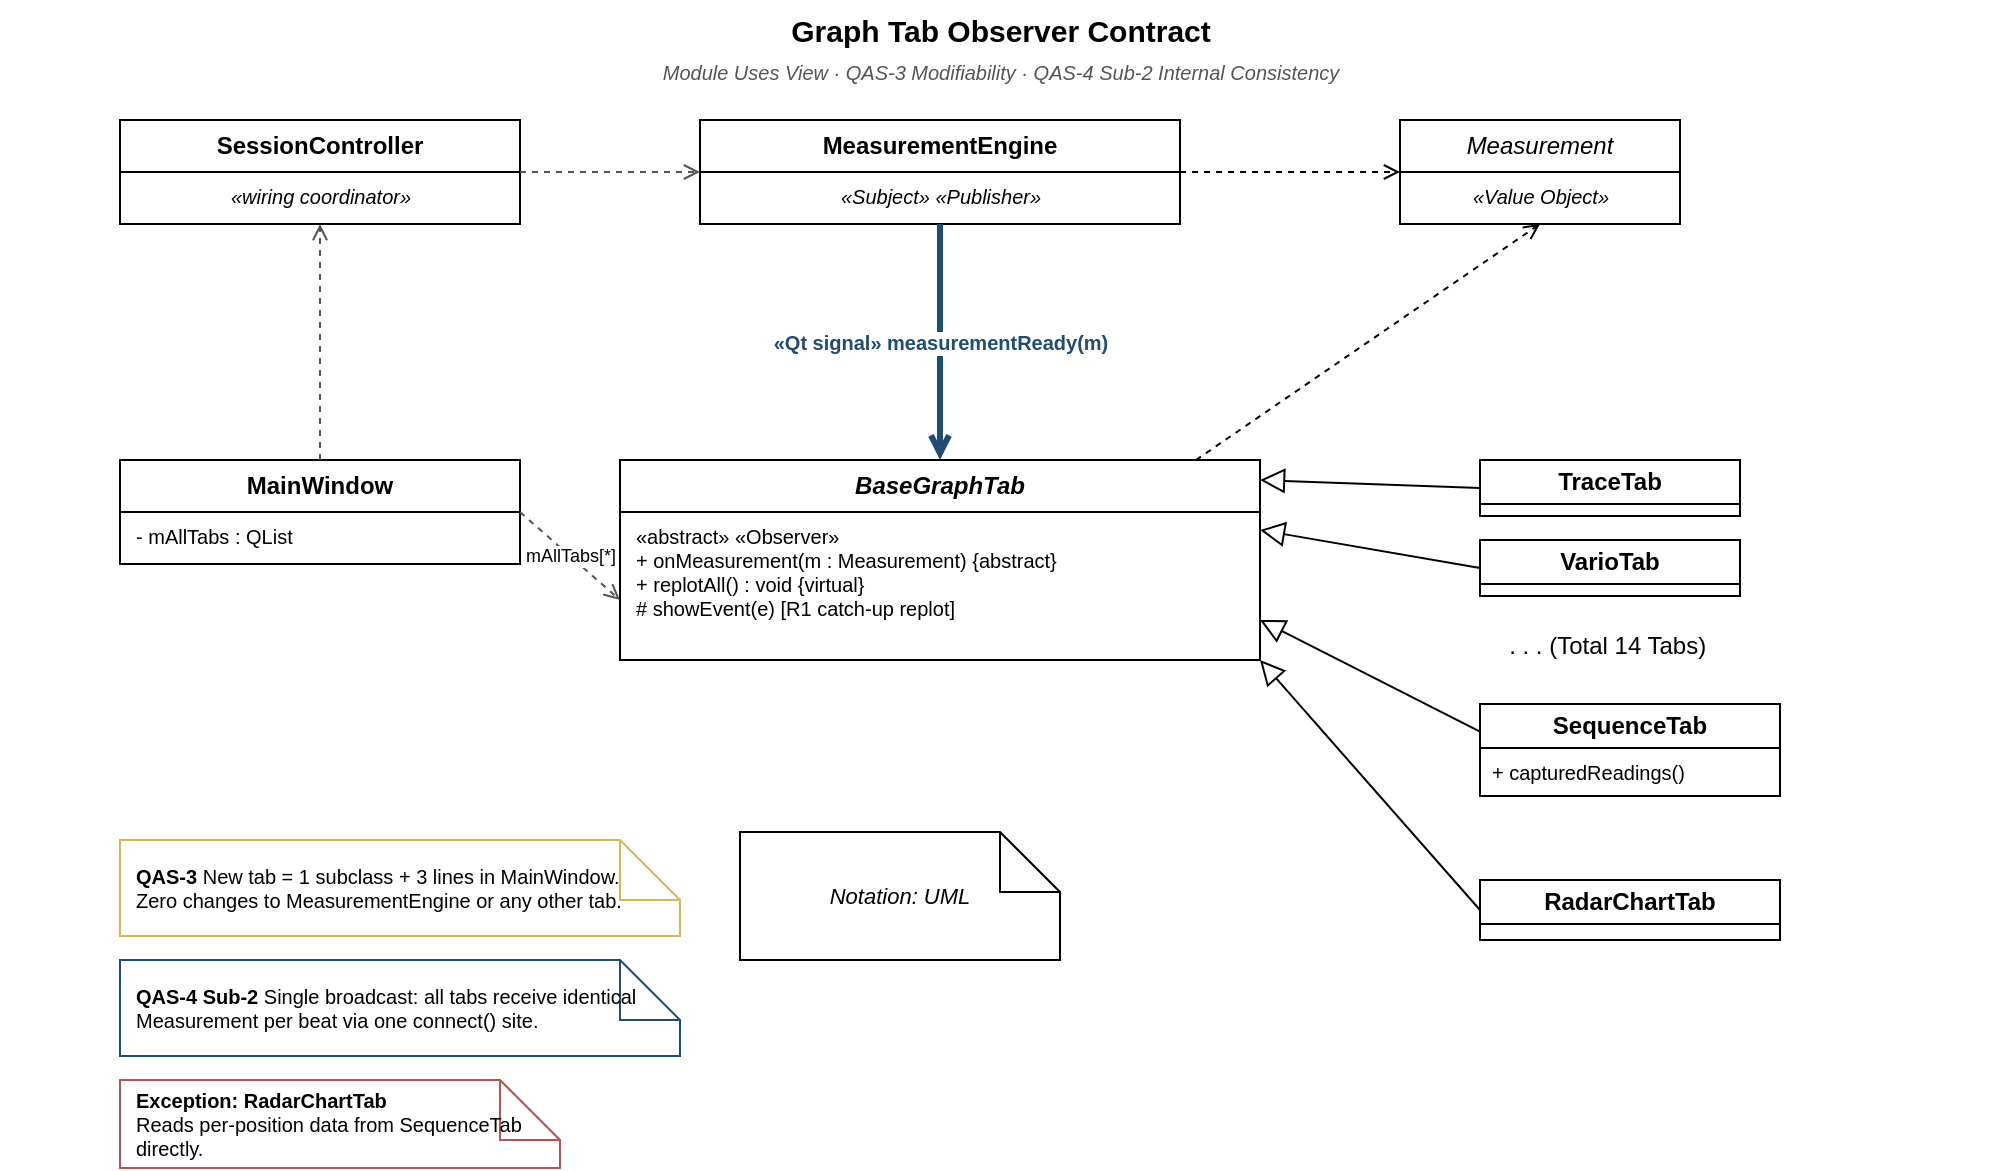
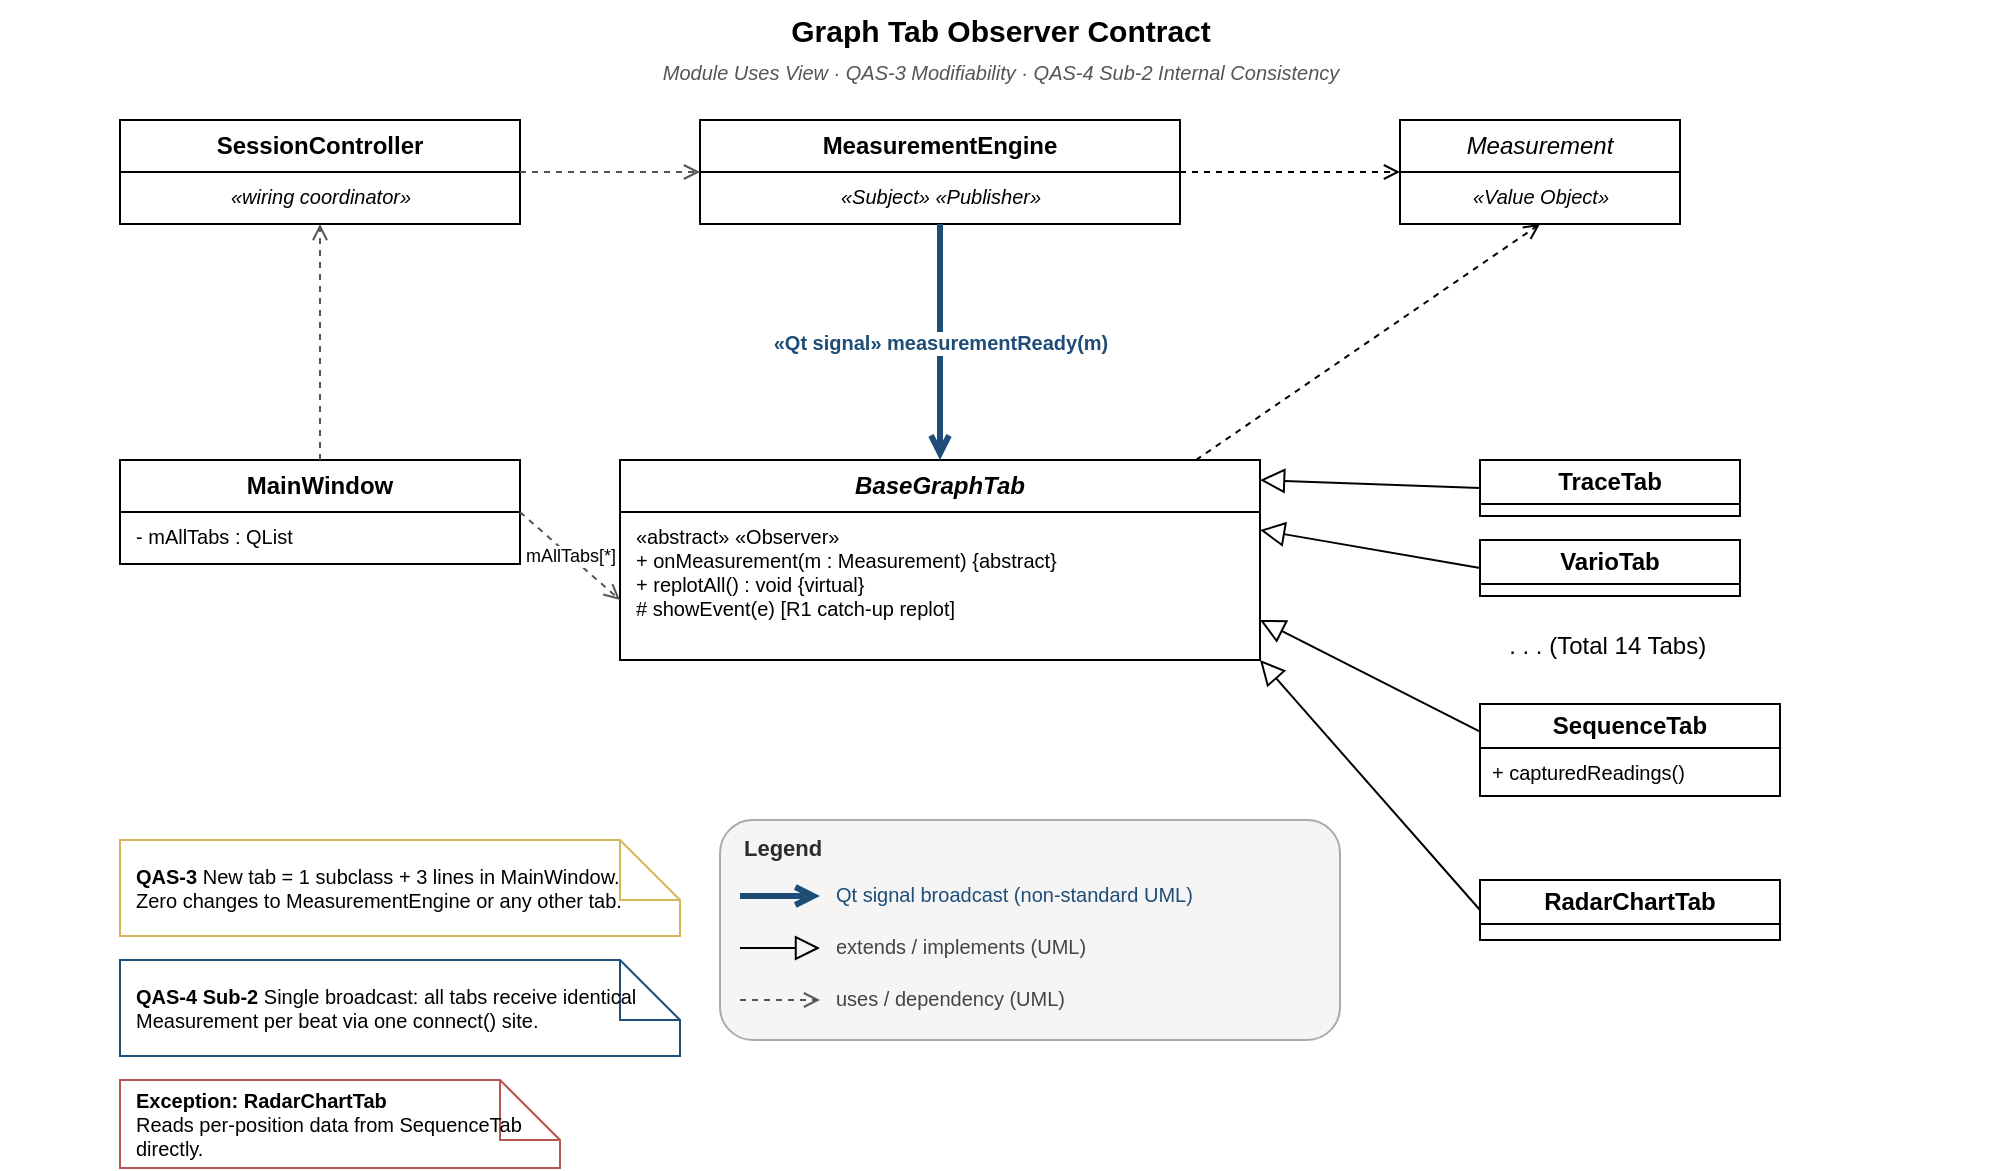
<mxfile host="65bd71144e">
    <diagram id="graph-tab-observer-v5" name="Graph Tab Observer Contract View">
        <mxGraphModel dx="730" dy="827" grid="1" gridSize="10" guides="1" tooltips="1" connect="1" arrows="1" fold="1" page="1" pageScale="1" pageWidth="1200" pageHeight="800" math="0" shadow="0">
            <root>
                <mxCell id="0"/>
                <mxCell id="1" parent="0"/>
                <mxCell id="title" value="Graph Tab Observer Contract" style="text;html=1;strokeColor=none;fillColor=none;align=center;fontSize=15;fontStyle=1;" parent="1" vertex="1">
                    <mxGeometry y="10" width="1000" height="24" as="geometry"/>
                </mxCell>
                <mxCell id="subtitle" value="Module Uses View &amp;#183; QAS-3 Modifiability &amp;#183; QAS-4 Sub-2 Internal Consistency" style="text;html=1;strokeColor=none;fillColor=none;align=center;fontSize=10;fontStyle=2;fontColor=#555555;" parent="1" vertex="1">
                    <mxGeometry y="34" width="1000" height="16" as="geometry"/>
                </mxCell>
                <mxCell id="me" value="MeasurementEngine" style="swimlane;fontStyle=1;startSize=26;whiteSpace=wrap;html=1;fillColor=#ffffff;strokeColor=#000000;" parent="1" vertex="1">
                    <mxGeometry x="350" y="70" width="240" height="52" as="geometry"/>
                </mxCell>
                <mxCell id="meBody" value="&amp;#171;Subject&amp;#187; &amp;#171;Publisher&amp;#187;" style="text;html=1;align=center;verticalAlign=top;fontSize=10;fontStyle=2;" parent="me" vertex="1">
                    <mxGeometry y="26" width="240" height="26" as="geometry"/>
                </mxCell>
                <mxCell id="sc" value="SessionController" style="swimlane;fontStyle=1;startSize=26;whiteSpace=wrap;html=1;fillColor=#ffffff;strokeColor=#000000;" parent="1" vertex="1">
                    <mxGeometry x="60" y="70" width="200" height="52" as="geometry"/>
                </mxCell>
                <mxCell id="scBody" value="&amp;#171;wiring coordinator&amp;#187;" style="text;html=1;align=center;verticalAlign=top;fontSize=10;fontStyle=2;" parent="sc" vertex="1">
                    <mxGeometry y="26" width="200" height="26" as="geometry"/>
                </mxCell>
                <mxCell id="meas" value="Measurement" style="swimlane;fontStyle=2;startSize=26;whiteSpace=wrap;html=1;fillColor=#ffffff;strokeColor=#000000;" parent="1" vertex="1">
                    <mxGeometry x="700" y="70" width="140" height="52" as="geometry"/>
                </mxCell>
                <mxCell id="measBody" value="&amp;#171;Value Object&amp;#187;" style="text;html=1;align=center;verticalAlign=top;fontSize=10;fontStyle=2;" parent="meas" vertex="1">
                    <mxGeometry y="26" width="140" height="26" as="geometry"/>
                </mxCell>
                <mxCell id="base" value="BaseGraphTab" style="swimlane;fontStyle=3;startSize=26;whiteSpace=wrap;html=1;fillColor=#ffffff;strokeColor=#000000;strokeWidth=1;" parent="1" vertex="1">
                    <mxGeometry x="310" y="240" width="320" height="100" as="geometry"/>
                </mxCell>
                <mxCell id="baseBody" value="&amp;#171;abstract&amp;#187; &amp;#171;Observer&amp;#187;&lt;br&gt;+ onMeasurement(m : Measurement) {abstract}&lt;br&gt;+ replotAll() : void {virtual}&lt;br&gt;# showEvent(e)  [R1 catch-up replot]" style="text;html=1;align=left;verticalAlign=top;spacingLeft=6;fontSize=10;" parent="base" vertex="1">
                    <mxGeometry y="26" width="320" height="74" as="geometry"/>
                </mxCell>
                <mxCell id="mw" value="MainWindow" style="swimlane;fontStyle=1;startSize=26;whiteSpace=wrap;html=1;fillColor=#ffffff;strokeColor=#000000;" parent="1" vertex="1">
                    <mxGeometry x="60" y="240" width="200" height="52" as="geometry"/>
                </mxCell>
                <mxCell id="mwBody" value="- mAllTabs : QList&lt;BaseGraphTab*&gt;" style="text;html=1;align=left;verticalAlign=top;spacingLeft=6;fontSize=10;" parent="mw" vertex="1">
                    <mxGeometry y="26" width="200" height="26" as="geometry"/>
                </mxCell>
                <mxCell id="trace" value="TraceTab" style="swimlane;fontStyle=1;startSize=22;whiteSpace=wrap;html=1;fillColor=#ffffff;strokeColor=#000000;" parent="1" vertex="1">
                    <mxGeometry x="740" y="240" width="130" height="28" as="geometry"/>
                </mxCell>
                <mxCell id="vario" value="VarioTab" style="swimlane;fontStyle=1;startSize=22;whiteSpace=wrap;html=1;fillColor=#ffffff;strokeColor=#000000;" parent="1" vertex="1">
                    <mxGeometry x="740" y="280" width="130" height="28" as="geometry"/>
                </mxCell>
                <mxCell id="seq" value="SequenceTab" style="swimlane;fontStyle=1;startSize=22;whiteSpace=wrap;html=1;fillColor=#ffffff;strokeColor=#000000;" parent="1" vertex="1">
                    <mxGeometry x="740" y="362" width="150" height="46" as="geometry"/>
                </mxCell>
                <mxCell id="seqBody" value="+ capturedReadings()" style="text;html=1;align=left;verticalAlign=top;spacingLeft=4;fontSize=10;" parent="seq" vertex="1">
                    <mxGeometry y="22" width="150" height="24" as="geometry"/>
                </mxCell>
                <mxCell id="radar" value="RadarChartTab" style="swimlane;fontStyle=1;startSize=22;whiteSpace=wrap;html=1;fillColor=#ffffff;strokeColor=#000000;strokeWidth=1;" parent="1" vertex="1">
                    <mxGeometry x="740" y="450" width="150" height="30" as="geometry"/>
                </mxCell>
                <mxCell id="eMeMeas" value="" style="dashed=1;endArrow=open;endFill=0;html=1;strokeColor=#000000;exitX=1;exitY=0.5;exitDx=0;exitDy=0;entryX=0;entryY=0.5;entryDx=0;entryDy=0;" parent="1" source="me" target="meas" edge="1">
                    <mxGeometry relative="1" as="geometry"/>
                </mxCell>
                <mxCell id="eBaseMeas" value="" style="dashed=1;endArrow=open;endFill=0;html=1;strokeColor=#000000;exitX=0.9;exitY=0;exitDx=0;exitDy=0;entryX=0.5;entryY=1;entryDx=0;entryDy=0;" parent="1" source="base" target="meas" edge="1">
                    <mxGeometry relative="1" as="geometry"/>
                </mxCell>
                <mxCell id="eSig" value="&amp;#171;Qt signal&amp;#187; measurementReady(m)" style="endArrow=open;endFill=0;html=1;strokeColor=#1e4d78;strokeWidth=3;fontSize=10;fontColor=#1e4d78;fontStyle=1;exitX=0.5;exitY=1;exitDx=0;exitDy=0;entryX=0.5;entryY=0;entryDx=0;entryDy=0;" parent="1" source="me" target="base" edge="1">
                    <mxGeometry relative="1" as="geometry"/>
                </mxCell>
                <mxCell id="eScMe" value="" style="dashed=1;endArrow=open;endFill=0;html=1;strokeColor=#555555;fontSize=9;" parent="1" source="sc" target="me" edge="1">
                    <mxGeometry relative="1" as="geometry">
                        <mxPoint as="offset"/>
                    </mxGeometry>
                </mxCell>
                <mxCell id="eMwSc" value="" style="dashed=1;endArrow=open;endFill=0;html=1;strokeColor=#555555;fontSize=9;exitX=0.5;exitY=0;exitDx=0;exitDy=0;entryX=0.5;entryY=1;entryDx=0;entryDy=0;" parent="1" source="mw" target="scBody" edge="1">
                    <mxGeometry relative="1" as="geometry">
                        <Array as="points">
                            <mxPoint x="160" y="200"/>
                            <mxPoint x="160" y="122"/>
                        </Array>
                    </mxGeometry>
                </mxCell>
                <mxCell id="eMwBase" value="mAllTabs[*]" style="dashed=1;endArrow=open;endFill=0;html=1;strokeColor=#555555;fontSize=9;exitX=1;exitY=0.5;exitDx=0;exitDy=0;entryX=0;entryY=0.7;entryDx=0;entryDy=0;" parent="1" source="mw" target="base" edge="1">
                    <mxGeometry relative="1" as="geometry"/>
                </mxCell>
                <mxCell id="eTrace" value="" style="endArrow=block;endFill=0;endSize=10;html=1;strokeColor=#000000;exitX=0;exitY=0.5;exitDx=0;exitDy=0;entryX=1;entryY=0.1;entryDx=0;entryDy=0;" parent="1" source="trace" target="base" edge="1">
                    <mxGeometry relative="1" as="geometry"/>
                </mxCell>
                <mxCell id="eVario" value="" style="endArrow=block;endFill=0;endSize=10;html=1;strokeColor=#000000;exitX=0;exitY=0.5;exitDx=0;exitDy=0;entryX=1;entryY=0.35;entryDx=0;entryDy=0;" parent="1" source="vario" target="base" edge="1">
                    <mxGeometry relative="1" as="geometry"/>
                </mxCell>
                <mxCell id="eSeq" value="" style="endArrow=block;endFill=0;endSize=10;html=1;strokeColor=#000000;exitX=0;exitY=0.3;exitDx=0;exitDy=0;entryX=1;entryY=0.8;entryDx=0;entryDy=0;" parent="1" source="seq" target="base" edge="1">
                    <mxGeometry relative="1" as="geometry"/>
                </mxCell>
                <mxCell id="noteQas3" value="&lt;b&gt;QAS-3&lt;/b&gt; New tab = 1 subclass + 3 lines in MainWindow.&lt;br&gt;Zero changes to MeasurementEngine or any other tab." style="shape=note;whiteSpace=wrap;html=1;fillColor=#ffffff;strokeColor=#d6b656;fontSize=10;align=left;spacingLeft=6;" parent="1" vertex="1">
                    <mxGeometry x="60" y="430" width="280" height="48" as="geometry"/>
                </mxCell>
                <mxCell id="noteQas4" value="&lt;b&gt;QAS-4 Sub-2&lt;/b&gt; Single broadcast: all tabs receive identical&lt;br&gt;Measurement per beat via one connect() site." style="shape=note;whiteSpace=wrap;html=1;fillColor=#ffffff;strokeColor=#1e4d78;fontSize=10;align=left;spacingLeft=6;" parent="1" vertex="1">
                    <mxGeometry x="60" y="490" width="280" height="48" as="geometry"/>
                </mxCell>
                <mxCell id="noteEx" value="&lt;b&gt;Exception: RadarChartTab&lt;/b&gt;&lt;br&gt;Reads per-position data from SequenceTab directly." style="shape=note;whiteSpace=wrap;html=1;fillColor=#ffffff;strokeColor=#b85450;fontSize=10;align=left;spacingLeft=6;" parent="1" vertex="1">
                    <mxGeometry x="60" y="550" width="220" height="44" as="geometry"/>
                </mxCell>
-                 <mxCell id="notation" value="Notation: UML" style="shape=note;whiteSpace=wrap;html=1;fillColor=#ffffff;strokeColor=#000000;fontSize=11;fontStyle=2;" parent="1" vertex="1">
-                     <mxGeometry x="370" y="426" width="160" height="64" as="geometry"/>
+                 <mxCell id="notation" value="" style="rounded=1;whiteSpace=wrap;html=1;fillColor=#F5F5F5;strokeColor=#AAAAAA;" parent="1" vertex="1">
+                     <mxGeometry x="360" y="420" width="310" height="110" as="geometry"/>
+                 </mxCell>
+                 <mxCell id="leg-title" value="Legend" style="text;html=1;align=left;verticalAlign=middle;strokeColor=none;fillColor=none;fontStyle=1;fontSize=11;fontColor=#2C2C2A;" parent="1" vertex="1">
+                     <mxGeometry x="370" y="426" width="290" height="16" as="geometry"/>
+                 </mxCell>
+                 <mxCell id="leg-qt-arr" style="endArrow=open;endFill=0;html=1;strokeColor=#1e4d78;strokeWidth=3;" edge="1" parent="1">
+                     <mxGeometry relative="1" as="geometry"><mxPoint x="370" y="458" as="sourcePoint"/><mxPoint x="410" y="458" as="targetPoint"/></mxGeometry>
+                 </mxCell>
+                 <mxCell id="leg-qt-lbl" value="Qt signal broadcast (non-standard UML)" style="text;html=1;align=left;verticalAlign=middle;strokeColor=none;fillColor=none;fontSize=10;fontColor=#1e4d78;" parent="1" vertex="1">
+                     <mxGeometry x="416" y="448" width="248" height="18" as="geometry"/>
+                 </mxCell>
+                 <mxCell id="leg-inh-arr" style="endArrow=block;endFill=0;endSize=10;html=1;strokeColor=#000000;" edge="1" parent="1">
+                     <mxGeometry relative="1" as="geometry"><mxPoint x="370" y="484" as="sourcePoint"/><mxPoint x="410" y="484" as="targetPoint"/></mxGeometry>
+                 </mxCell>
+                 <mxCell id="leg-inh-lbl" value="extends / implements (UML)" style="text;html=1;align=left;verticalAlign=middle;strokeColor=none;fillColor=none;fontSize=10;fontColor=#444441;" parent="1" vertex="1">
+                     <mxGeometry x="416" y="474" width="248" height="18" as="geometry"/>
+                 </mxCell>
+                 <mxCell id="leg-dep-arr" style="dashed=1;endArrow=open;endFill=0;html=1;strokeColor=#555555;" edge="1" parent="1">
+                     <mxGeometry relative="1" as="geometry"><mxPoint x="370" y="510" as="sourcePoint"/><mxPoint x="410" y="510" as="targetPoint"/></mxGeometry>
+                 </mxCell>
+                 <mxCell id="leg-dep-lbl" value="uses / dependency (UML)" style="text;html=1;align=left;verticalAlign=middle;strokeColor=none;fillColor=none;fontSize=10;fontColor=#444441;" parent="1" vertex="1">
+                     <mxGeometry x="416" y="500" width="248" height="18" as="geometry"/>
                </mxCell>
                <mxCell id="3" value=". . . (Total 14 Tabs)&amp;nbsp;" style="text;html=1;align=center;verticalAlign=middle;resizable=0;points=[];autosize=1;strokeColor=none;fillColor=none;" vertex="1" parent="1">
                    <mxGeometry x="740" y="318" width="130" height="30" as="geometry"/>
                </mxCell>
                <mxCell id="4" value="" style="endArrow=block;endFill=0;endSize=10;html=1;strokeColor=#000000;exitX=0;exitY=0.5;exitDx=0;exitDy=0;entryX=1;entryY=1;entryDx=0;entryDy=0;" edge="1" parent="1" source="radar" target="baseBody">
                    <mxGeometry relative="1" as="geometry">
                        <mxPoint x="750" y="386" as="sourcePoint"/>
                        <mxPoint x="640" y="330" as="targetPoint"/>
                    </mxGeometry>
                </mxCell>
            </root>
        </mxGraphModel>
    </diagram>
</mxfile>